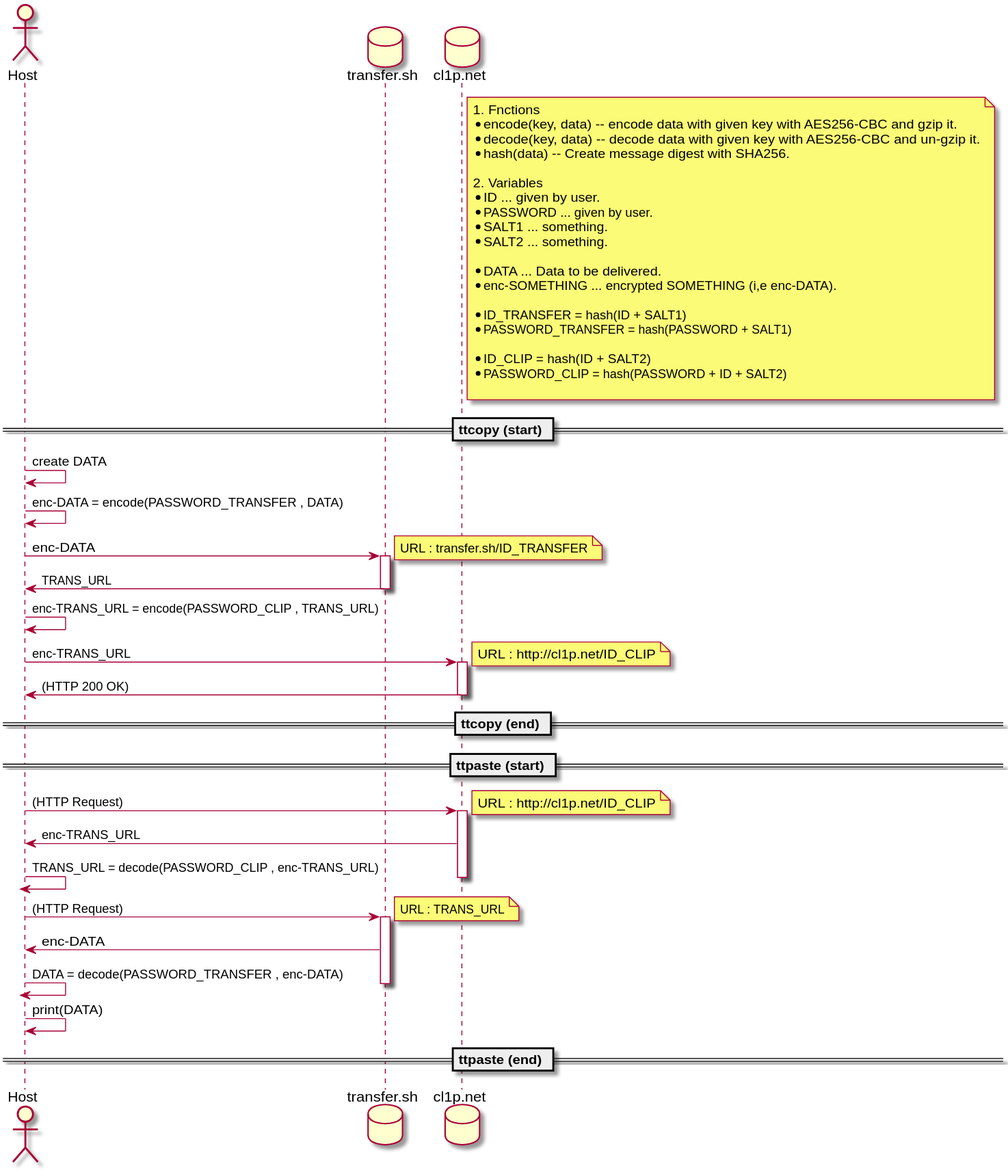
greymd/ttcopy keeps this PlantUML diagram as img/sequence.svg. Above is the earlier version. Its source is kept beside it as img/sequence.pu.
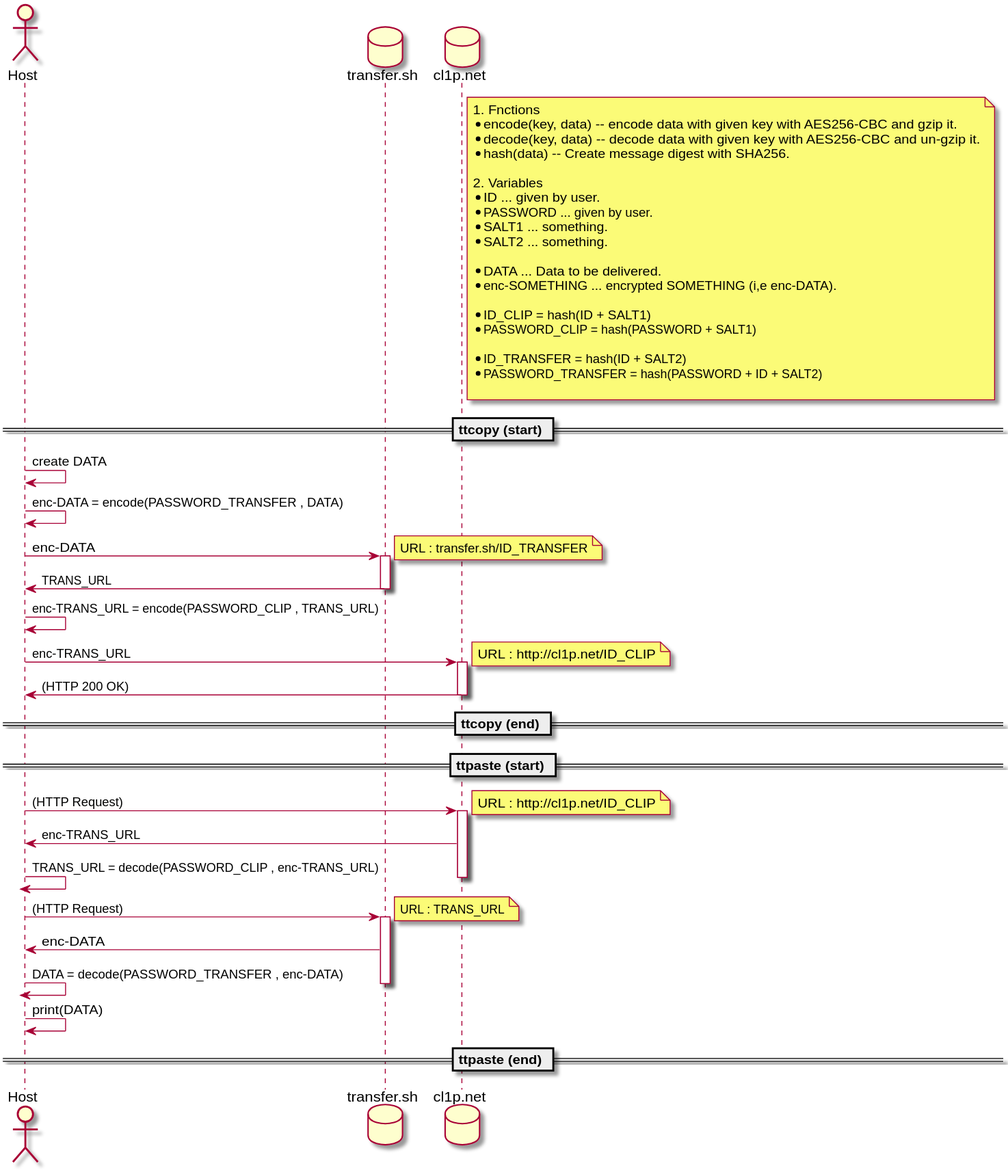
The same file after the commit.

Commit message:
Fix wrong behavior

Diff of the diagram source:
```diff
@@ -18,11 +18,11 @@
     * DATA ... Data to be delivered.
     * enc-SOMETHING ... encrypted SOMETHING (i,e enc-DATA).
 
-    * ID_TRANSFER = hash(ID + SALT1)
-    * PASSWORD_TRANSFER = hash(PASSWORD + SALT1)
+    * ID_CLIP = hash(ID + SALT1)
+    * PASSWORD_CLIP = hash(PASSWORD + SALT1)
 
-    * ID_CLIP = hash(ID + SALT2)
-    * PASSWORD_CLIP = hash(PASSWORD + ID + SALT2)
+    * ID_TRANSFER = hash(ID + SALT2)
+    * PASSWORD_TRANSFER = hash(PASSWORD + ID + SALT2)
 
 end note
 
```
